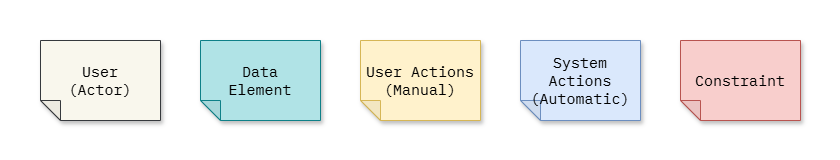
software-architecture-guild/modeling-software-architecture keeps this draw.io diagram as chapter-06/figure-6.1.drawio.png. Above is the earlier version. Source tidied: cells renumbered, new cells last; positions are measured from the earlier drawing's top-left corner, leaving out a move shared by most shapes.
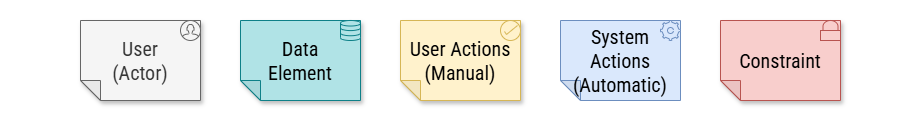
Above is the later version.

Diff of the diagram source:
```diff
@@ -3,22 +3,37 @@
     <mxCell id="0" />
     <mxCell id="1" parent="0" />
     <mxCell id="2" style="rounded=0;whiteSpace=wrap;html=1;strokeColor=none;" parent="1" vertex="1">
-      <mxGeometry width="840" height="160" as="geometry" />
+      <mxGeometry x="-40" y="20" width="920" height="120" as="geometry" />
     </mxCell>
-    <mxCell id="3" value="System Actions&lt;br&gt;(Automatic)" style="shape=note;whiteSpace=wrap;html=1;backgroundOutline=1;darkOpacity=0.05;fillColor=#dae8fc;strokeColor=#6c8ebf;fillStyle=solid;direction=west;gradientDirection=north;shadow=1;size=20;fontFamily=IBM Plex Mono;fontSource=https%3A%2F%2Ffonts.googleapis.com%2Fcss%3Ffamily%3DIBM%2BPlex%2BMono;fontSize=15;" parent="1" vertex="1">
+    <mxCell id="3" value="System Actions&lt;br&gt;(Automatic)" style="shape=note;whiteSpace=wrap;html=1;backgroundOutline=1;darkOpacity=0.05;fillColor=#dae8fc;strokeColor=#6c8ebf;fillStyle=solid;direction=west;gradientDirection=north;shadow=0;size=20;fontFamily=Roboto Condensed;fontSource=https%3A%2F%2Ffonts.googleapis.com%2Fcss%3Ffamily%3DRoboto%2BCondensed;fontSize=20;strokeWidth=1;" parent="1" vertex="1">
       <mxGeometry x="520" y="40" width="120" height="80" as="geometry" />
     </mxCell>
-    <mxCell id="4" value="User Actions&lt;br&gt;(Manual)" style="shape=note;whiteSpace=wrap;html=1;backgroundOutline=1;darkOpacity=0.05;fillColor=#fff2cc;strokeColor=#d6b656;fillStyle=solid;direction=west;gradientDirection=north;shadow=1;size=20;fontFamily=IBM Plex Mono;fontSource=https%3A%2F%2Ffonts.googleapis.com%2Fcss%3Ffamily%3DIBM%2BPlex%2BMono;fontSize=15;" parent="1" vertex="1">
+    <mxCell id="4" value="User Actions&lt;br&gt;(Manual)" style="shape=note;whiteSpace=wrap;html=1;backgroundOutline=1;darkOpacity=0.05;fillColor=#fff2cc;strokeColor=#d6b656;fillStyle=solid;direction=west;gradientDirection=north;shadow=1;size=20;fontFamily=Roboto Condensed;fontSource=https%3A%2F%2Ffonts.googleapis.com%2Fcss%3Ffamily%3DRoboto%2BCondensed;fontSize=20;" parent="1" vertex="1">
       <mxGeometry x="360" y="40" width="120" height="80" as="geometry" />
     </mxCell>
-    <mxCell id="5" value="Constraint" style="shape=note;whiteSpace=wrap;html=1;backgroundOutline=1;darkOpacity=0.05;fillColor=#f8cecc;strokeColor=#b85450;fillStyle=solid;direction=west;gradientDirection=north;shadow=1;size=20;fontFamily=IBM Plex Mono;fontSource=https%3A%2F%2Ffonts.googleapis.com%2Fcss%3Ffamily%3DIBM%2BPlex%2BMono;fontSize=15;" parent="1" vertex="1">
+    <mxCell id="5" value="Constraint" style="shape=note;whiteSpace=wrap;html=1;backgroundOutline=1;darkOpacity=0.05;fillColor=#f8cecc;strokeColor=#b85450;fillStyle=solid;direction=west;gradientDirection=north;shadow=1;size=20;fontFamily=Roboto Condensed;fontSource=https%3A%2F%2Ffonts.googleapis.com%2Fcss%3Ffamily%3DRoboto%2BCondensed;fontSize=20;" parent="1" vertex="1">
       <mxGeometry x="680" y="40" width="120" height="80" as="geometry" />
     </mxCell>
-    <mxCell id="6" value="Data&lt;br&gt;Element" style="shape=note;whiteSpace=wrap;html=1;backgroundOutline=1;darkOpacity=0.05;fillColor=#b0e3e6;strokeColor=#0e8088;fillStyle=solid;direction=west;gradientDirection=north;shadow=1;size=20;fontFamily=IBM Plex Mono;fontSource=https%3A%2F%2Ffonts.googleapis.com%2Fcss%3Ffamily%3DIBM%2BPlex%2BMono;fontSize=15;" parent="1" vertex="1">
+    <mxCell id="6" value="Data&lt;br&gt;Element" style="shape=note;whiteSpace=wrap;html=1;backgroundOutline=1;darkOpacity=0.05;fillStyle=solid;direction=west;gradientDirection=north;shadow=1;size=20;fontFamily=Roboto Condensed;fontSource=https%3A%2F%2Ffonts.googleapis.com%2Fcss%3Ffamily%3DRoboto%2BCondensed;fontSize=20;fillColor=#b0e3e6;strokeColor=#0e8088;" parent="1" vertex="1">
       <mxGeometry x="200" y="40" width="120" height="80" as="geometry" />
     </mxCell>
-    <mxCell id="7" value="User&lt;br&gt;(Actor)" style="shape=note;whiteSpace=wrap;html=1;backgroundOutline=1;darkOpacity=0.05;fillColor=#f9f7ed;strokeColor=#36393d;fillStyle=solid;direction=west;gradientDirection=north;shadow=1;size=20;fontFamily=IBM Plex Mono;fontSource=https%3A%2F%2Ffonts.googleapis.com%2Fcss%3Ffamily%3DIBM%2BPlex%2BMono;fontSize=15;" parent="1" vertex="1">
+    <mxCell id="7" value="User&lt;br&gt;(Actor)" style="shape=note;whiteSpace=wrap;html=1;backgroundOutline=1;darkOpacity=0.05;fillStyle=solid;direction=west;gradientDirection=north;shadow=1;size=20;fontFamily=Roboto Condensed;fontSource=https%3A%2F%2Ffonts.googleapis.com%2Fcss%3Ffamily%3DRoboto%2BCondensed;fontSize=20;fillColor=#f5f5f5;fontColor=#333333;strokeColor=#666666;" parent="1" vertex="1">
       <mxGeometry x="40" y="40" width="120" height="80" as="geometry" />
     </mxCell>
+    <mxCell id="8" style="html=1;verticalLabelPosition=bottom;align=center;labelBackgroundColor=#ffffff;verticalAlign=top;strokeWidth=1;shadow=0;dashed=0;shape=mxgraph.ios7.icons.user;fillColor=#f5f5f5;fontColor=#000000;strokeColor=#666666;fontFamily=Roboto Condensed;fontSource=https%3A%2F%2Ffonts.googleapis.com%2Fcss%3Ffamily%3DRoboto%2BCondensed;fontSize=20;" parent="1" vertex="1">
+      <mxGeometry x="140" y="40" width="20" height="20" as="geometry" />
+    </mxCell>
+    <mxCell id="9" style="html=1;verticalLabelPosition=bottom;align=center;labelBackgroundColor=#ffffff;verticalAlign=top;strokeWidth=1;shadow=0;dashed=0;shape=mxgraph.ios7.icons.data;fillColor=#b0e3e6;strokeColor=#0e8088;fontFamily=Roboto Condensed;fontSource=https%3A%2F%2Ffonts.googleapis.com%2Fcss%3Ffamily%3DRoboto%2BCondensed;fontSize=20;fontColor=#000000;" parent="1" vertex="1">
+      <mxGeometry x="300" y="40" width="20" height="20" as="geometry" />
+    </mxCell>
+    <mxCell id="10" style="html=1;verticalLabelPosition=bottom;align=center;labelBackgroundColor=#ffffff;verticalAlign=top;strokeWidth=1;shadow=0;dashed=0;shape=mxgraph.ios7.icons.settings;fillColor=#dae8fc;strokeColor=#6c8ebf;fontFamily=Roboto Condensed;fontSource=https%3A%2F%2Ffonts.googleapis.com%2Fcss%3Ffamily%3DRoboto%2BCondensed;fontSize=20;fontColor=#000000;" parent="1" vertex="1">
+      <mxGeometry x="620" y="40" width="20" height="20" as="geometry" />
+    </mxCell>
+    <mxCell id="11" style="html=1;verticalLabelPosition=bottom;align=center;labelBackgroundColor=#ffffff;verticalAlign=top;strokeWidth=1;shadow=0;dashed=0;shape=mxgraph.ios7.icons.locked;fillColor=#f8cecc;strokeColor=#b85450;fontFamily=Roboto Condensed;fontSource=https%3A%2F%2Ffonts.googleapis.com%2Fcss%3Ffamily%3DRoboto%2BCondensed;fontSize=20;fontColor=#000000;" parent="1" vertex="1">
+      <mxGeometry x="780" y="40" width="20" height="20" as="geometry" />
+    </mxCell>
+    <mxCell id="12" style="html=1;verticalLabelPosition=bottom;align=center;labelBackgroundColor=#ffffff;verticalAlign=top;strokeWidth=1;shadow=0;dashed=0;shape=mxgraph.ios7.icons.select;fillColor=#fff2cc;strokeColor=#d6b656;fontFamily=Roboto Condensed;fontSource=https%3A%2F%2Ffonts.googleapis.com%2Fcss%3Ffamily%3DRoboto%2BCondensed;fontSize=20;fontColor=#000000;" parent="1" vertex="1">
+      <mxGeometry x="460" y="40" width="20" height="20" as="geometry" />
+    </mxCell>
   </root>
 </mxGraphModel>
```
